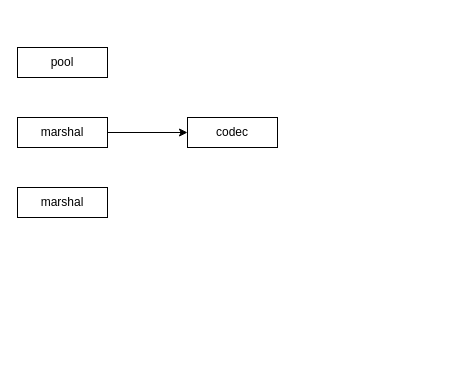
Above: Untitled Diagram.drawio in KevinCaiqimin/service (draw.io), before the change. Source tidied: cells renumbered, new cells numbered last; positions are measured from the earlier drawing's top-left corner, leaving out a move shared by most shapes. Both pictures are drawn from the tidied source at 100%, with x=0, y=0 at pixel (17, 47).
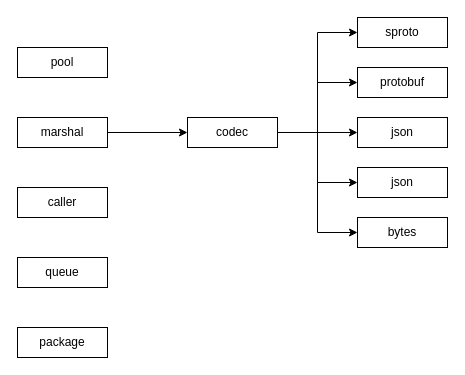
The same diagram, later.

What changed in the source:
```diff
@@
 <mxGraphModel>
   <root>
     <mxCell id="0" />
     <mxCell id="1" parent="0" />
     <mxCell id="2" value="pool" style="rounded=0;whiteSpace=wrap;html=1;" parent="1" vertex="1">
       <mxGeometry width="90" height="30" as="geometry" />
     </mxCell>
     <mxCell id="3" style="edgeStyle=orthogonalEdgeStyle;rounded=0;jettySize=auto;html=1;" parent="1" edge="1" source="4" target="5">
       <mxGeometry relative="1" as="geometry" />
     </mxCell>
     <mxCell id="4" value="marshal" style="rounded=0;whiteSpace=wrap;html=1;" parent="1" vertex="1">
       <mxGeometry y="70" width="90" height="30" as="geometry" />
     </mxCell>
+    <mxCell id="7" style="edgeStyle=orthogonalEdgeStyle;rounded=0;jettySize=auto;html=1;" parent="1" edge="1" source="5" target="12">
+      <mxGeometry relative="1" as="geometry" />
+    </mxCell>
+    <mxCell id="8" style="edgeStyle=orthogonalEdgeStyle;rounded=0;jettySize=auto;html=1;exitX=1;exitY=0.5;exitDx=0;exitDy=0;entryX=0;entryY=0.5;entryDx=0;entryDy=0;" parent="1" edge="1" source="5" target="13">
+      <mxGeometry relative="1" as="geometry" />
+    </mxCell>
+    <mxCell id="9" style="edgeStyle=orthogonalEdgeStyle;rounded=0;jettySize=auto;html=1;exitX=1;exitY=0.5;exitDx=0;exitDy=0;entryX=0;entryY=0.5;entryDx=0;entryDy=0;" parent="1" edge="1" source="5" target="15">
+      <mxGeometry relative="1" as="geometry" />
+    </mxCell>
+    <mxCell id="10" style="edgeStyle=orthogonalEdgeStyle;rounded=0;jettySize=auto;html=1;exitX=1;exitY=0.5;exitDx=0;exitDy=0;entryX=0;entryY=0.5;entryDx=0;entryDy=0;" parent="1" edge="1" source="5" target="16">
+      <mxGeometry relative="1" as="geometry" />
+    </mxCell>
+    <mxCell id="11" style="edgeStyle=orthogonalEdgeStyle;rounded=0;jettySize=auto;html=1;exitX=1;exitY=0.5;exitDx=0;exitDy=0;entryX=0;entryY=0.5;entryDx=0;entryDy=0;" parent="1" edge="1" source="5" target="14">
+      <mxGeometry relative="1" as="geometry" />
+    </mxCell>
     <mxCell id="5" value="codec" style="rounded=0;whiteSpace=wrap;html=1;" parent="1" vertex="1">
       <mxGeometry x="170" y="70" width="90" height="30" as="geometry" />
     </mxCell>
-    <mxCell id="6" value="marshal" style="rounded=0;whiteSpace=wrap;html=1;" parent="1" vertex="1">
+    <mxCell id="6" value="caller" style="rounded=0;whiteSpace=wrap;html=1;" parent="1" vertex="1">
       <mxGeometry y="140" width="90" height="30" as="geometry" />
     </mxCell>
+    <mxCell id="12" value="json" style="rounded=0;whiteSpace=wrap;html=1;" parent="1" vertex="1">
+      <mxGeometry x="340" y="70" width="90" height="30" as="geometry" />
+    </mxCell>
+    <mxCell id="13" value="json" style="rounded=0;whiteSpace=wrap;html=1;" parent="1" vertex="1">
+      <mxGeometry x="340" y="120" width="90" height="30" as="geometry" />
+    </mxCell>
+    <mxCell id="14" value="bytes" style="rounded=0;whiteSpace=wrap;html=1;" parent="1" vertex="1">
+      <mxGeometry x="340" y="170" width="90" height="30" as="geometry" />
+    </mxCell>
+    <mxCell id="15" value="protobuf" style="rounded=0;whiteSpace=wrap;html=1;" parent="1" vertex="1">
+      <mxGeometry x="340" y="20" width="90" height="30" as="geometry" />
+    </mxCell>
+    <mxCell id="16" value="sproto" style="rounded=0;whiteSpace=wrap;html=1;" parent="1" vertex="1">
+      <mxGeometry x="340" y="-30" width="90" height="30" as="geometry" />
+    </mxCell>
+    <mxCell id="17" value="queue" style="rounded=0;whiteSpace=wrap;html=1;" parent="1" vertex="1">
+      <mxGeometry y="210" width="90" height="30" as="geometry" />
+    </mxCell>
+    <mxCell id="18" value="package" style="rounded=0;whiteSpace=wrap;html=1;" parent="1" vertex="1">
+      <mxGeometry y="280" width="90" height="30" as="geometry" />
+    </mxCell>
   </root>
 </mxGraphModel>
```
